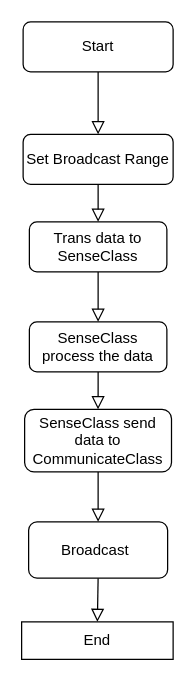
This is _data/Broadcast Diagram.drawio from swsamleo/wei_shao.github.io, a draw.io file, before an edit. Source tidied: cells renumbered, new cells numbered last; positions are measured from the earlier drawing's top-left corner, leaving out a move shared by most shapes. Both pictures are drawn from the tidied source at 125%, with x=0, y=0 at pixel (21, 21).
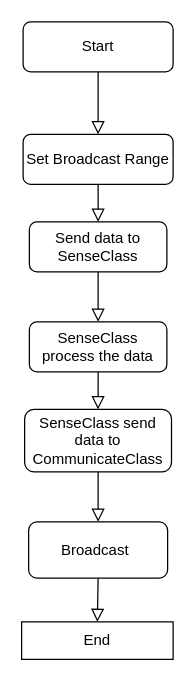
The same page after the edit.

Change to the diagram source:
```diff
@@
 <mxGraphModel>
   <root>
     <mxCell id="0" />
     <mxCell id="1" parent="0" />
     <mxCell id="2" style="rounded=0;html=1;jettySize=auto;fontSize=11;endArrow=block;endFill=0;endSize=8;strokeWidth=1;shadow=0;labelBackgroundColor=none;edgeStyle=orthogonalEdgeStyle;" parent="1" edge="1" source="3" target="5">
       <mxGeometry relative="1" as="geometry" />
     </mxCell>
     <mxCell id="3" value="Start" style="rounded=1;whiteSpace=wrap;html=1;fontSize=12;glass=0;strokeWidth=1;shadow=0;" parent="1" vertex="1">
       <mxGeometry x="1" width="120" height="40" as="geometry" />
     </mxCell>
     <mxCell id="4" style="edgeStyle=orthogonalEdgeStyle;rounded=0;jettySize=auto;html=1;endArrow=block;endFill=0;endSize=8;" parent="1" edge="1" source="5" target="7">
       <mxGeometry relative="1" as="geometry" />
     </mxCell>
     <mxCell id="5" value="Set Broadcast Range" style="rounded=1;whiteSpace=wrap;html=1;" parent="1" vertex="1">
       <mxGeometry x="1" y="90" width="120" height="40" as="geometry" />
     </mxCell>
     <mxCell id="6" style="edgeStyle=orthogonalEdgeStyle;rounded=0;jettySize=auto;html=1;endArrow=block;endFill=0;endSize=8;" parent="1" edge="1" source="7" target="9">
       <mxGeometry relative="1" as="geometry" />
     </mxCell>
-    <mxCell id="7" value="Trans data to SenseClass" style="rounded=1;whiteSpace=wrap;html=1;" parent="1" vertex="1">
+    <mxCell id="7" value="Send data to SenseClass" style="rounded=1;whiteSpace=wrap;html=1;" parent="1" vertex="1">
       <mxGeometry x="6" y="160" width="110" height="40" as="geometry" />
     </mxCell>
     <mxCell id="8" style="edgeStyle=orthogonalEdgeStyle;rounded=0;jettySize=auto;html=1;endArrow=block;endFill=0;endSize=8;entryX=0.5;entryY=0;entryDx=0;entryDy=0;" parent="1" edge="1" source="9" target="11">
       <mxGeometry relative="1" as="geometry" />
     </mxCell>
     <mxCell id="9" value="SenseClass process the data" style="rounded=1;whiteSpace=wrap;html=1;" parent="1" vertex="1">
       <mxGeometry x="6" y="240" width="110" height="40" as="geometry" />
     </mxCell>
     <mxCell id="10" style="edgeStyle=orthogonalEdgeStyle;rounded=0;jettySize=auto;html=1;endArrow=block;endFill=0;endSize=8;entryX=0.5;entryY=0;entryDx=0;entryDy=0;" parent="1" edge="1" source="11" target="13">
       <mxGeometry relative="1" as="geometry" />
     </mxCell>
     <mxCell id="11" value="SenseClass send data to CommunicateClass" style="rounded=1;whiteSpace=wrap;html=1;" parent="1" vertex="1">
       <mxGeometry x="2.2" y="310" width="117.5" height="50" as="geometry" />
     </mxCell>
     <mxCell id="12" style="edgeStyle=orthogonalEdgeStyle;rounded=0;jettySize=auto;html=1;exitX=0.5;exitY=1;exitDx=0;exitDy=0;endArrow=block;endFill=0;endSize=8;entryX=0.5;entryY=0;entryDx=0;entryDy=0;" parent="1" edge="1" source="13" target="14">
       <mxGeometry relative="1" as="geometry" />
     </mxCell>
     <mxCell id="13" value="Broadcast&amp;nbsp;" style="rounded=1;whiteSpace=wrap;html=1;" parent="1" vertex="1">
       <mxGeometry x="5.4" y="400" width="111.2" height="45" as="geometry" />
     </mxCell>
     <mxCell id="14" value="End" style="whiteSpace=wrap;html=1;" parent="1" vertex="1">
       <mxGeometry x="-0.2" y="480" width="121.2" height="30" as="geometry" />
     </mxCell>
   </root>
 </mxGraphModel>
```
